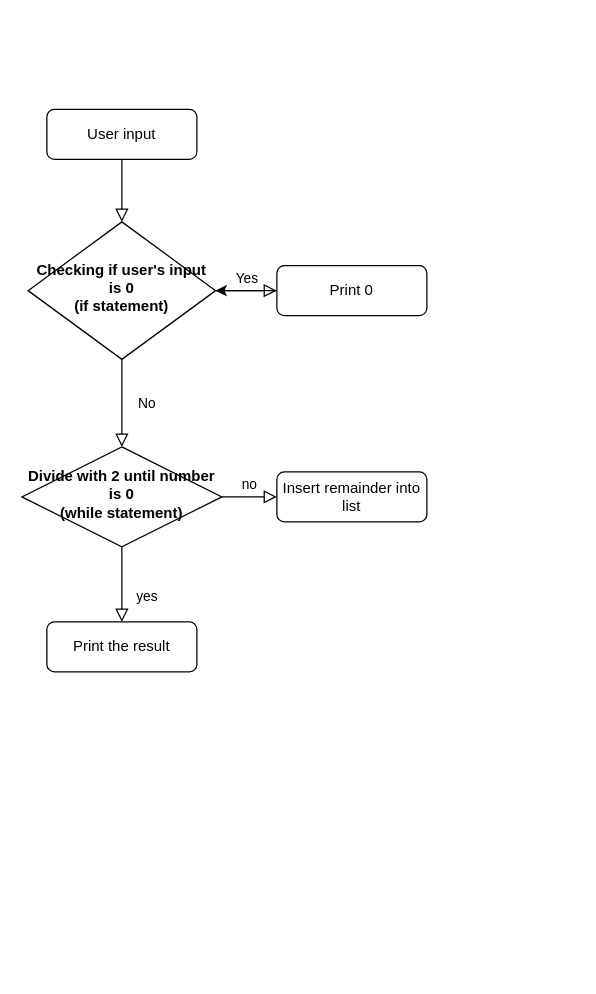
This is src/Untitled Diagram.drawio from SamuelLang13/converter, a draw.io file, before an edit. Source tidied: cells renumbered, new cells numbered last; positions are measured from the earlier drawing's top-left corner, leaving out a move shared by most shapes. Both pictures are drawn from the tidied source at 125%, with x=0, y=0 at pixel (21, 109).
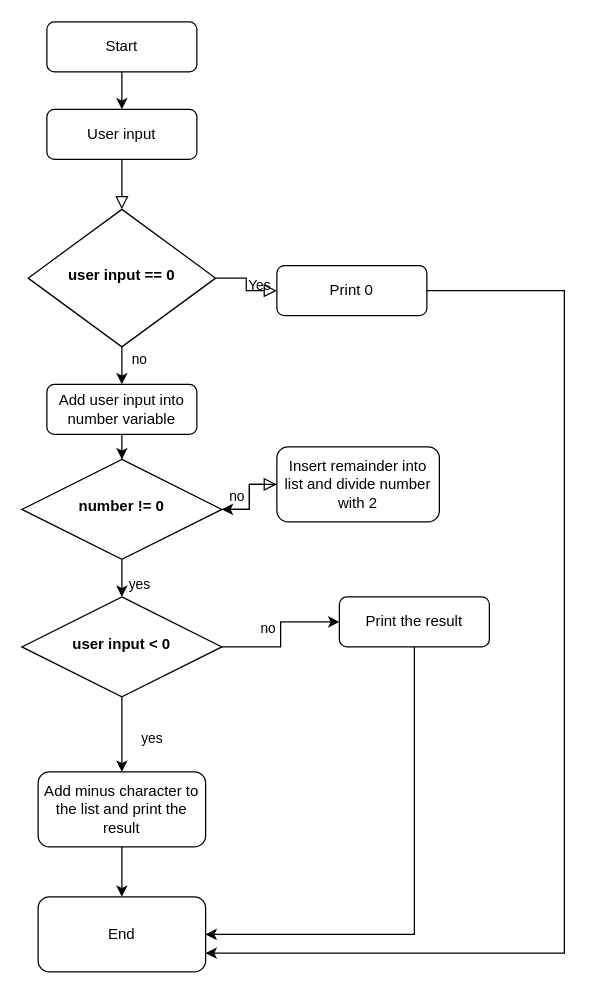
Above is the later version.

The change refers to these unchanged cells:
```xml
<mxCell id="3" value="User input" style="rounded=1;whiteSpace=wrap;html=1;fontSize=12;glass=0;strokeWidth=1;shadow=0;" parent="1" vertex="1">
  <mxGeometry x="20" width="120" height="40" as="geometry" />
</mxCell>
<mxCell id="8" value="Print 0" style="rounded=1;whiteSpace=wrap;html=1;fontSize=12;glass=0;strokeWidth=1;shadow=0;" parent="1" vertex="1">
  <mxGeometry x="204" y="125" width="120" height="40" as="geometry" />
</mxCell>
```

The edit, as a diff of the source:
```diff
@@
-    <mxCell id="4" value="No" style="rounded=0;html=1;jettySize=auto;fontSize=11;endArrow=block;endFill=0;endSize=8;strokeWidth=1;shadow=0;labelBackgroundColor=none;edgeStyle=orthogonalEdgeStyle;" parent="1" edge="1" source="6" target="11">
-      <mxGeometry y="20" relative="1" as="geometry" />
-    </mxCell>
@@
+    <mxCell id="14" value="no&lt;br&gt;" style="edgeStyle=orthogonalEdgeStyle;rounded=0;jettySize=auto;html=1;" parent="1" edge="1" source="6" target="25">
+      <mxGeometry x="0.2" y="14" relative="1" as="geometry" />
+    </mxCell>
-    <mxCell id="6" value="Checking if user's input is 0&lt;br&gt;(if statement)" style="rhombus;whiteSpace=wrap;html=1;shadow=0;fontFamily=Helvetica;fontSize=12;align=center;strokeWidth=1;spacing=6;spacingTop=-4;fontStyle=1;" parent="1" vertex="1">
-      <mxGeometry x="5" y="90" width="150" height="110" as="geometry" />
+    <mxCell id="6" value="user input == 0" style="rhombus;whiteSpace=wrap;html=1;shadow=0;fontFamily=Helvetica;fontSize=12;align=center;strokeWidth=1;spacing=6;spacingTop=-4;fontStyle=1;" parent="1" vertex="1">
+      <mxGeometry x="5" y="80" width="150" height="110" as="geometry" />
     </mxCell>
-    <mxCell id="7" style="edgeStyle=orthogonalEdgeStyle;rounded=0;jettySize=auto;html=1;" parent="1" edge="1" source="8" target="6">
-      <mxGeometry relative="1" as="geometry" />
-    </mxCell>
+    <mxCell id="15" style="edgeStyle=orthogonalEdgeStyle;rounded=0;jettySize=auto;html=1;entryX=1;entryY=0.75;entryDx=0;entryDy=0;" parent="1" edge="1" source="8" target="28">
+      <mxGeometry relative="1" as="geometry">
+        <Array as="points">
+          <mxPoint x="434" y="145" />
+          <mxPoint x="434" y="675" />
+        </Array>
+      </mxGeometry>
+    </mxCell>
@@
-    <mxCell id="9" value="yes" style="rounded=0;html=1;jettySize=auto;fontSize=11;endArrow=block;endFill=0;endSize=8;strokeWidth=1;shadow=0;labelBackgroundColor=none;edgeStyle=orthogonalEdgeStyle;" parent="1" edge="1" source="11" target="12">
-      <mxGeometry x="0.33" y="20" relative="1" as="geometry" />
-    </mxCell>
@@
+    <mxCell id="16" value="yes&lt;br&gt;" style="edgeStyle=orthogonalEdgeStyle;rounded=0;jettySize=auto;html=1;" parent="1" edge="1" source="11" target="21">
+      <mxGeometry x="0.6" y="14" relative="1" as="geometry" />
+    </mxCell>
-    <mxCell id="11" value="Divide with 2 until number is 0&lt;br&gt;(while statement)" style="rhombus;whiteSpace=wrap;html=1;shadow=0;fontFamily=Helvetica;fontSize=12;align=center;strokeWidth=1;spacing=6;spacingTop=-4;fontStyle=1;" parent="1" vertex="1">
-      <mxGeometry y="270" width="160" height="80" as="geometry" />
+    <mxCell id="11" value="number != 0" style="rhombus;whiteSpace=wrap;html=1;shadow=0;fontFamily=Helvetica;fontSize=12;align=center;strokeWidth=1;spacing=6;spacingTop=-4;fontStyle=1;" parent="1" vertex="1">
+      <mxGeometry y="280" width="160" height="80" as="geometry" />
     </mxCell>
+    <mxCell id="17" style="edgeStyle=orthogonalEdgeStyle;rounded=0;jettySize=auto;html=1;" parent="1" edge="1" source="12" target="28">
+      <mxGeometry relative="1" as="geometry" />
+    </mxCell>
-    <mxCell id="12" value="Print the result" style="rounded=1;whiteSpace=wrap;html=1;fontSize=12;glass=0;strokeWidth=1;shadow=0;" parent="1" vertex="1">
-      <mxGeometry x="20" y="410" width="120" height="40" as="geometry" />
+    <mxCell id="12" value="Add minus character to the list and print the result" style="rounded=1;whiteSpace=wrap;html=1;fontSize=12;glass=0;strokeWidth=1;shadow=0;" parent="1" vertex="1">
+      <mxGeometry x="13" y="530" width="134" height="60" as="geometry" />
     </mxCell>
+    <mxCell id="18" style="edgeStyle=orthogonalEdgeStyle;rounded=0;jettySize=auto;html=1;" parent="1" edge="1" source="13" target="11">
+      <mxGeometry relative="1" as="geometry" />
+    </mxCell>
-    <mxCell id="13" value="Insert remainder into list" style="rounded=1;whiteSpace=wrap;html=1;fontSize=12;glass=0;strokeWidth=1;shadow=0;" parent="1" vertex="1">
-      <mxGeometry x="204" y="290" width="120" height="40" as="geometry" />
+    <mxCell id="13" value="Insert remainder into list and divide number with 2" style="rounded=1;whiteSpace=wrap;html=1;fontSize=12;glass=0;strokeWidth=1;shadow=0;" parent="1" vertex="1">
+      <mxGeometry x="204" y="270" width="130" height="60" as="geometry" />
     </mxCell>
+    <mxCell id="19" value="no&lt;br&gt;" style="edgeStyle=orthogonalEdgeStyle;rounded=0;jettySize=auto;html=1;" parent="1" edge="1" source="21" target="23">
+      <mxGeometry x="0.09" y="10" relative="1" as="geometry" />
+    </mxCell>
+    <mxCell id="20" value="yes" style="edgeStyle=orthogonalEdgeStyle;rounded=0;jettySize=auto;html=1;" parent="1" edge="1" source="21" target="12">
+      <mxGeometry x="0.09" y="24" relative="1" as="geometry" />
+    </mxCell>
+    <mxCell id="21" value="user input &amp;lt; 0" style="rhombus;whiteSpace=wrap;html=1;shadow=0;fontFamily=Helvetica;fontSize=12;align=center;strokeWidth=1;spacing=6;spacingTop=-4;fontStyle=1;" parent="1" vertex="1">
+      <mxGeometry y="390" width="160" height="80" as="geometry" />
+    </mxCell>
+    <mxCell id="22" style="edgeStyle=orthogonalEdgeStyle;rounded=0;jettySize=auto;html=1;entryX=1;entryY=0.5;entryDx=0;entryDy=0;" parent="1" edge="1" source="23" target="28">
+      <mxGeometry relative="1" as="geometry">
+        <Array as="points">
+          <mxPoint x="314" y="660" />
+        </Array>
+      </mxGeometry>
+    </mxCell>
+    <mxCell id="23" value="Print the result" style="rounded=1;whiteSpace=wrap;html=1;fontSize=12;glass=0;strokeWidth=1;shadow=0;" parent="1" vertex="1">
+      <mxGeometry x="254" y="390" width="120" height="40" as="geometry" />
+    </mxCell>
+    <mxCell id="24" style="edgeStyle=orthogonalEdgeStyle;rounded=0;jettySize=auto;html=1;" parent="1" edge="1" source="25" target="11">
+      <mxGeometry relative="1" as="geometry" />
+    </mxCell>
+    <mxCell id="25" value="Add user input into number variable" style="rounded=1;whiteSpace=wrap;html=1;fontSize=12;glass=0;strokeWidth=1;shadow=0;" parent="1" vertex="1">
+      <mxGeometry x="20" y="220" width="120" height="40" as="geometry" />
+    </mxCell>
+    <mxCell id="26" style="edgeStyle=orthogonalEdgeStyle;rounded=0;jettySize=auto;html=1;" parent="1" edge="1" source="27" target="3">
+      <mxGeometry relative="1" as="geometry" />
+    </mxCell>
+    <mxCell id="27" value="Start" style="rounded=1;whiteSpace=wrap;html=1;fontSize=12;glass=0;strokeWidth=1;shadow=0;" parent="1" vertex="1">
+      <mxGeometry x="20" y="-70" width="120" height="40" as="geometry" />
+    </mxCell>
+    <mxCell id="28" value="End" style="rounded=1;whiteSpace=wrap;html=1;fontSize=12;glass=0;strokeWidth=1;shadow=0;" parent="1" vertex="1">
+      <mxGeometry x="13" y="630" width="134" height="60" as="geometry" />
+    </mxCell>
```
